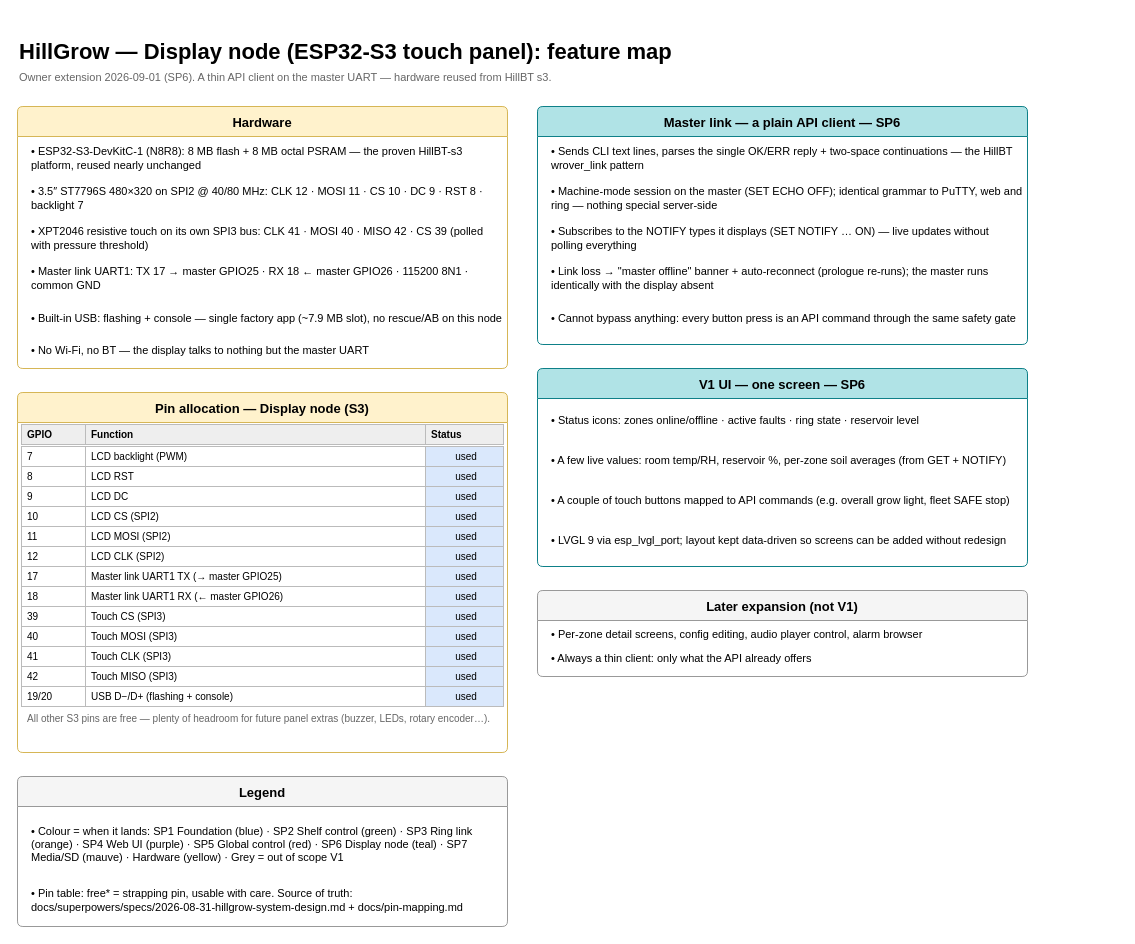
The draw.io diagram page "Display Node (S3)" (2 of 6) of docs/hillgrow-features.drawio in ekhpascal/HillGrov, before the edit. Source tidied: cells renumbered, new cells numbered last; positions are measured from the earlier drawing's top-left corner, leaving out a move shared by most shapes. Both pictures are drawn from the tidied source at 100%, with x=0, y=0 at pixel (17, 32).
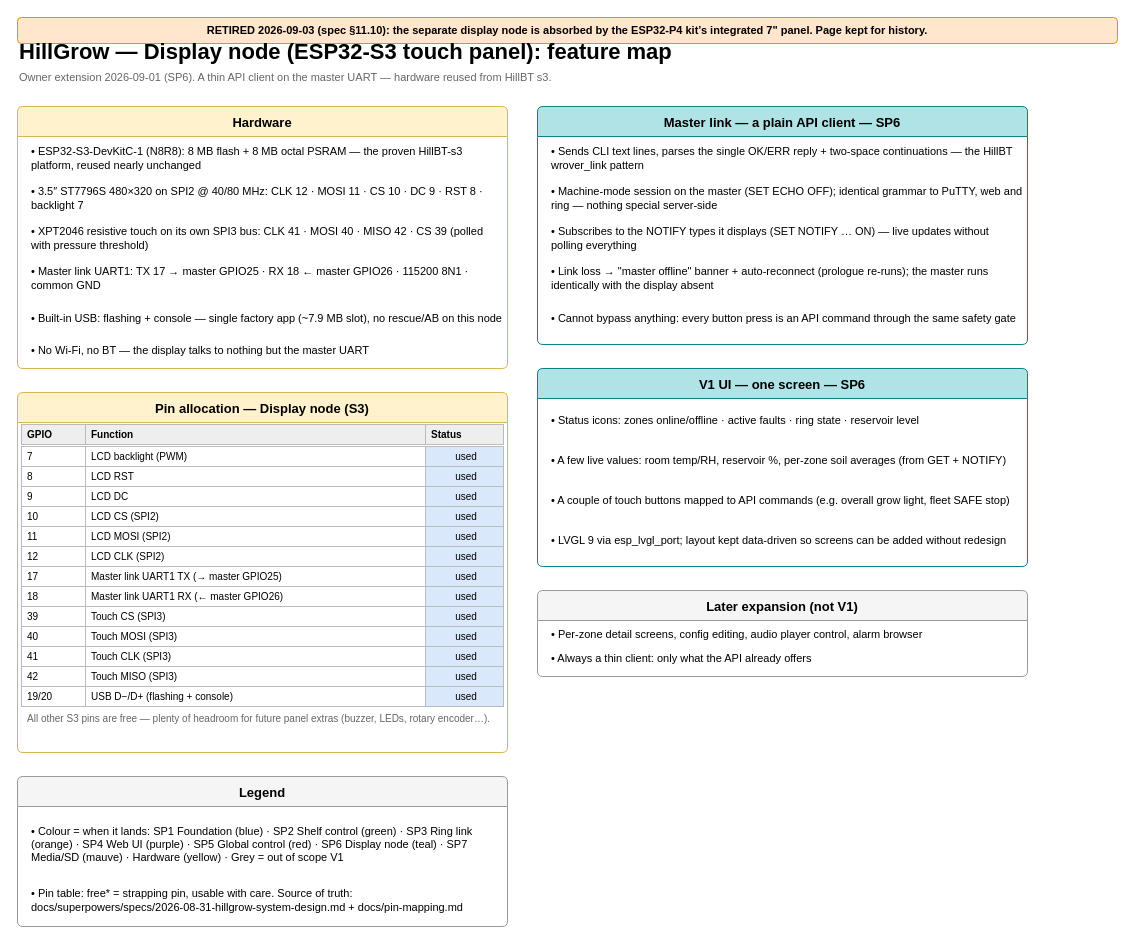
After the change.

Commit message (it also covers changes not shown here):
docs(drawio): Master v2 (P4) planned topology page + supersession banners

Change to the diagram source:
```diff
@@
+    <mxCell id="72" value="RETIRED 2026-09-03 (spec §11.10): the separate display node is absorbed by the ESP32-P4 kit’s integrated 7&quot; panel. Page kept for history." style="rounded=1;whiteSpace=wrap;html=1;fillColor=#ffe6cc;strokeColor=#d79b00;fontSize=11;fontStyle=1;" parent="1" vertex="1">
+      <mxGeometry y="-15" width="1100" height="26" as="geometry" />
+    </mxCell>
```
